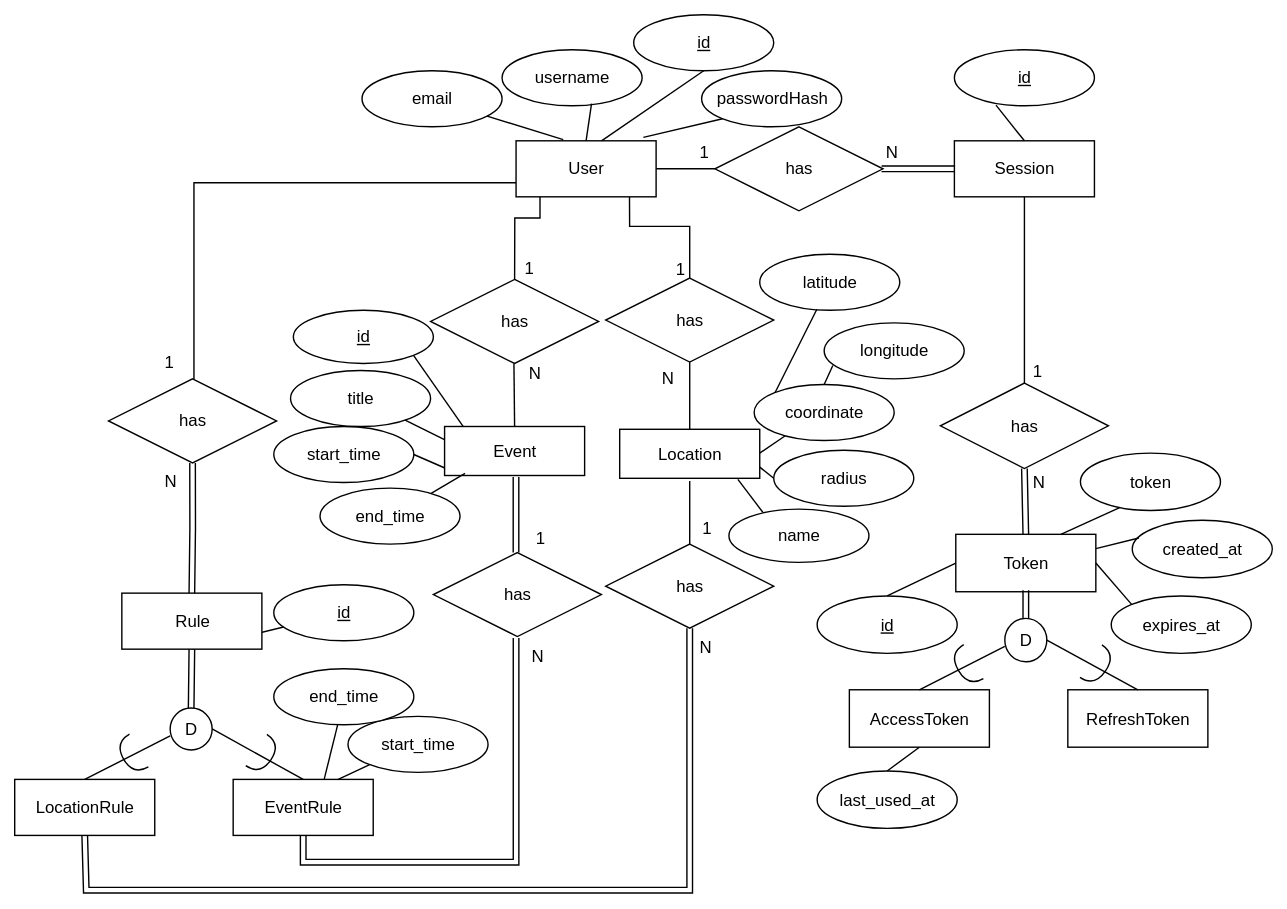
This is docs/er.drawio.svg from GoncaloRibeiro6533/TASA, a draw.io export, as it was before one commit. Source tidied: cells renumbered, new cells last; positions are measured from the earlier drawing's top-left corner, leaving out a move shared by most shapes.
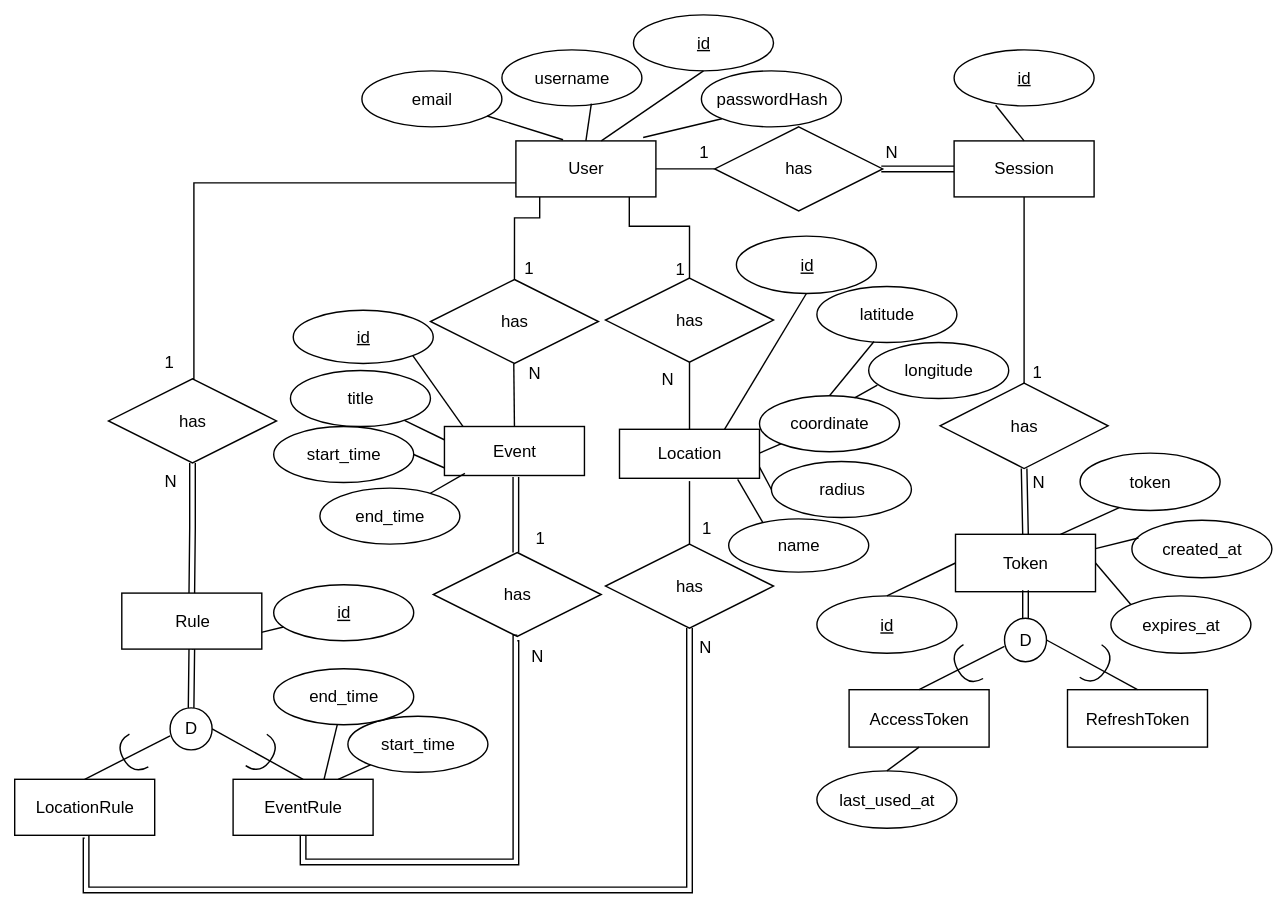
Above is the later version.

The edit, as a diff of the source:
```diff
@@ -79,18 +79,18 @@
       </mxGeometry>
     </mxCell>
     <mxCell id="24" value="latitude" style="ellipse;whiteSpace=wrap;html=1;align=center;labelBackgroundColor=none;" parent="1" vertex="1">
-      <mxGeometry x="532" y="171" width="100" height="40" as="geometry" />
+      <mxGeometry x="573" y="194" width="100" height="40" as="geometry" />
     </mxCell>
     <mxCell id="25" value="longitude" style="ellipse;whiteSpace=wrap;html=1;align=center;labelBackgroundColor=none;" parent="1" vertex="1">
-      <mxGeometry x="578" y="220" width="100" height="40" as="geometry" />
+      <mxGeometry x="610" y="234" width="100" height="40" as="geometry" />
     </mxCell>
     <mxCell id="26" value="coordinate" style="ellipse;whiteSpace=wrap;html=1;align=center;labelBackgroundColor=none;" parent="1" vertex="1">
-      <mxGeometry x="528" y="264" width="100" height="40" as="geometry" />
+      <mxGeometry x="532" y="272" width="100" height="40" as="geometry" />
     </mxCell>
-    <mxCell id="27" style="endArrow=none;html=1;rounded=0;exitX=0.408;exitY=0.982;exitDx=0;exitDy=0;entryX=0;entryY=0;entryDx=0;entryDy=0;labelBackgroundColor=none;fontColor=default;exitPerimeter=0;" parent="1" edge="1" source="24" target="26">
+    <mxCell id="27" style="endArrow=none;html=1;rounded=0;exitX=0.408;exitY=0.982;exitDx=0;exitDy=0;entryX=0.5;entryY=0;entryDx=0;entryDy=0;labelBackgroundColor=none;fontColor=default;exitPerimeter=0;" parent="1" edge="1" source="24" target="26">
       <mxGeometry relative="1" as="geometry" />
     </mxCell>
-    <mxCell id="28" style="endArrow=none;html=1;rounded=0;exitX=0.062;exitY=0.76;exitDx=0;exitDy=0;entryX=0.5;entryY=0;entryDx=0;entryDy=0;labelBackgroundColor=none;fontColor=default;exitPerimeter=0;" parent="1" edge="1" source="25" target="26">
+    <mxCell id="28" style="endArrow=none;html=1;rounded=0;exitX=0.062;exitY=0.76;exitDx=0;exitDy=0;entryX=0.679;entryY=0.04;entryDx=0;entryDy=0;labelBackgroundColor=none;fontColor=default;exitPerimeter=0;entryPerimeter=0;" parent="1" edge="1" source="25" target="26">
       <mxGeometry relative="1" as="geometry" />
     </mxCell>
     <mxCell id="29" value="Rule" style="whiteSpace=wrap;html=1;align=center;labelBackgroundColor=none;" parent="1" vertex="1">
@@ -116,7 +116,7 @@
       </mxGeometry>
     </mxCell>
     <mxCell id="35" value="radius" style="ellipse;whiteSpace=wrap;html=1;align=center;labelBackgroundColor=none;" parent="1" vertex="1">
-      <mxGeometry x="542" y="311" width="100" height="40" as="geometry" />
+      <mxGeometry x="540.5" y="319" width="100" height="40" as="geometry" />
     </mxCell>
     <mxCell id="36" style="endArrow=none;html=1;rounded=0;exitX=0;exitY=0.5;exitDx=0;exitDy=0;entryX=1;entryY=0.75;entryDx=0;entryDy=0;labelBackgroundColor=none;fontColor=default;" parent="1" edge="1" source="35">
       <mxGeometry relative="1" as="geometry">
@@ -124,7 +124,7 @@
       </mxGeometry>
     </mxCell>
     <mxCell id="37" value="name" style="ellipse;whiteSpace=wrap;html=1;align=center;labelBackgroundColor=none;" parent="1" vertex="1">
-      <mxGeometry x="510" y="353" width="100" height="38" as="geometry" />
+      <mxGeometry x="510" y="360" width="100" height="38" as="geometry" />
     </mxCell>
     <mxCell id="38" value="Token" style="whiteSpace=wrap;html=1;align=center;labelBackgroundColor=none;" parent="1" vertex="1">
       <mxGeometry x="672" y="371" width="100" height="41" as="geometry" />
@@ -364,5 +364,11 @@
     <mxCell id="102" style="endArrow=none;html=1;rounded=0;entryX=0.5;entryY=0;entryDx=0;entryDy=0;shape=link;labelBackgroundColor=none;fontColor=default;exitX=0.5;exitY=1;exitDx=0;exitDy=0;edgeStyle=orthogonalEdgeStyle;" parent="1" edge="1" source="51" target="29">
       <mxGeometry relative="1" as="geometry" />
     </mxCell>
+    <mxCell id="103" value="id" style="ellipse;whiteSpace=wrap;html=1;align=center;fontStyle=4;labelBackgroundColor=none;" parent="1" vertex="1">
+      <mxGeometry x="515.5" y="158" width="100" height="41" as="geometry" />
+    </mxCell>
+    <mxCell id="104" style="endArrow=none;html=1;rounded=0;exitX=0.5;exitY=1;exitDx=0;exitDy=0;entryX=0.75;entryY=0;entryDx=0;entryDy=0;labelBackgroundColor=none;fontColor=default;" parent="1" edge="1" source="103" target="98">
+      <mxGeometry relative="1" as="geometry" />
+    </mxCell>
   </root>
 </mxGraphModel>
```
